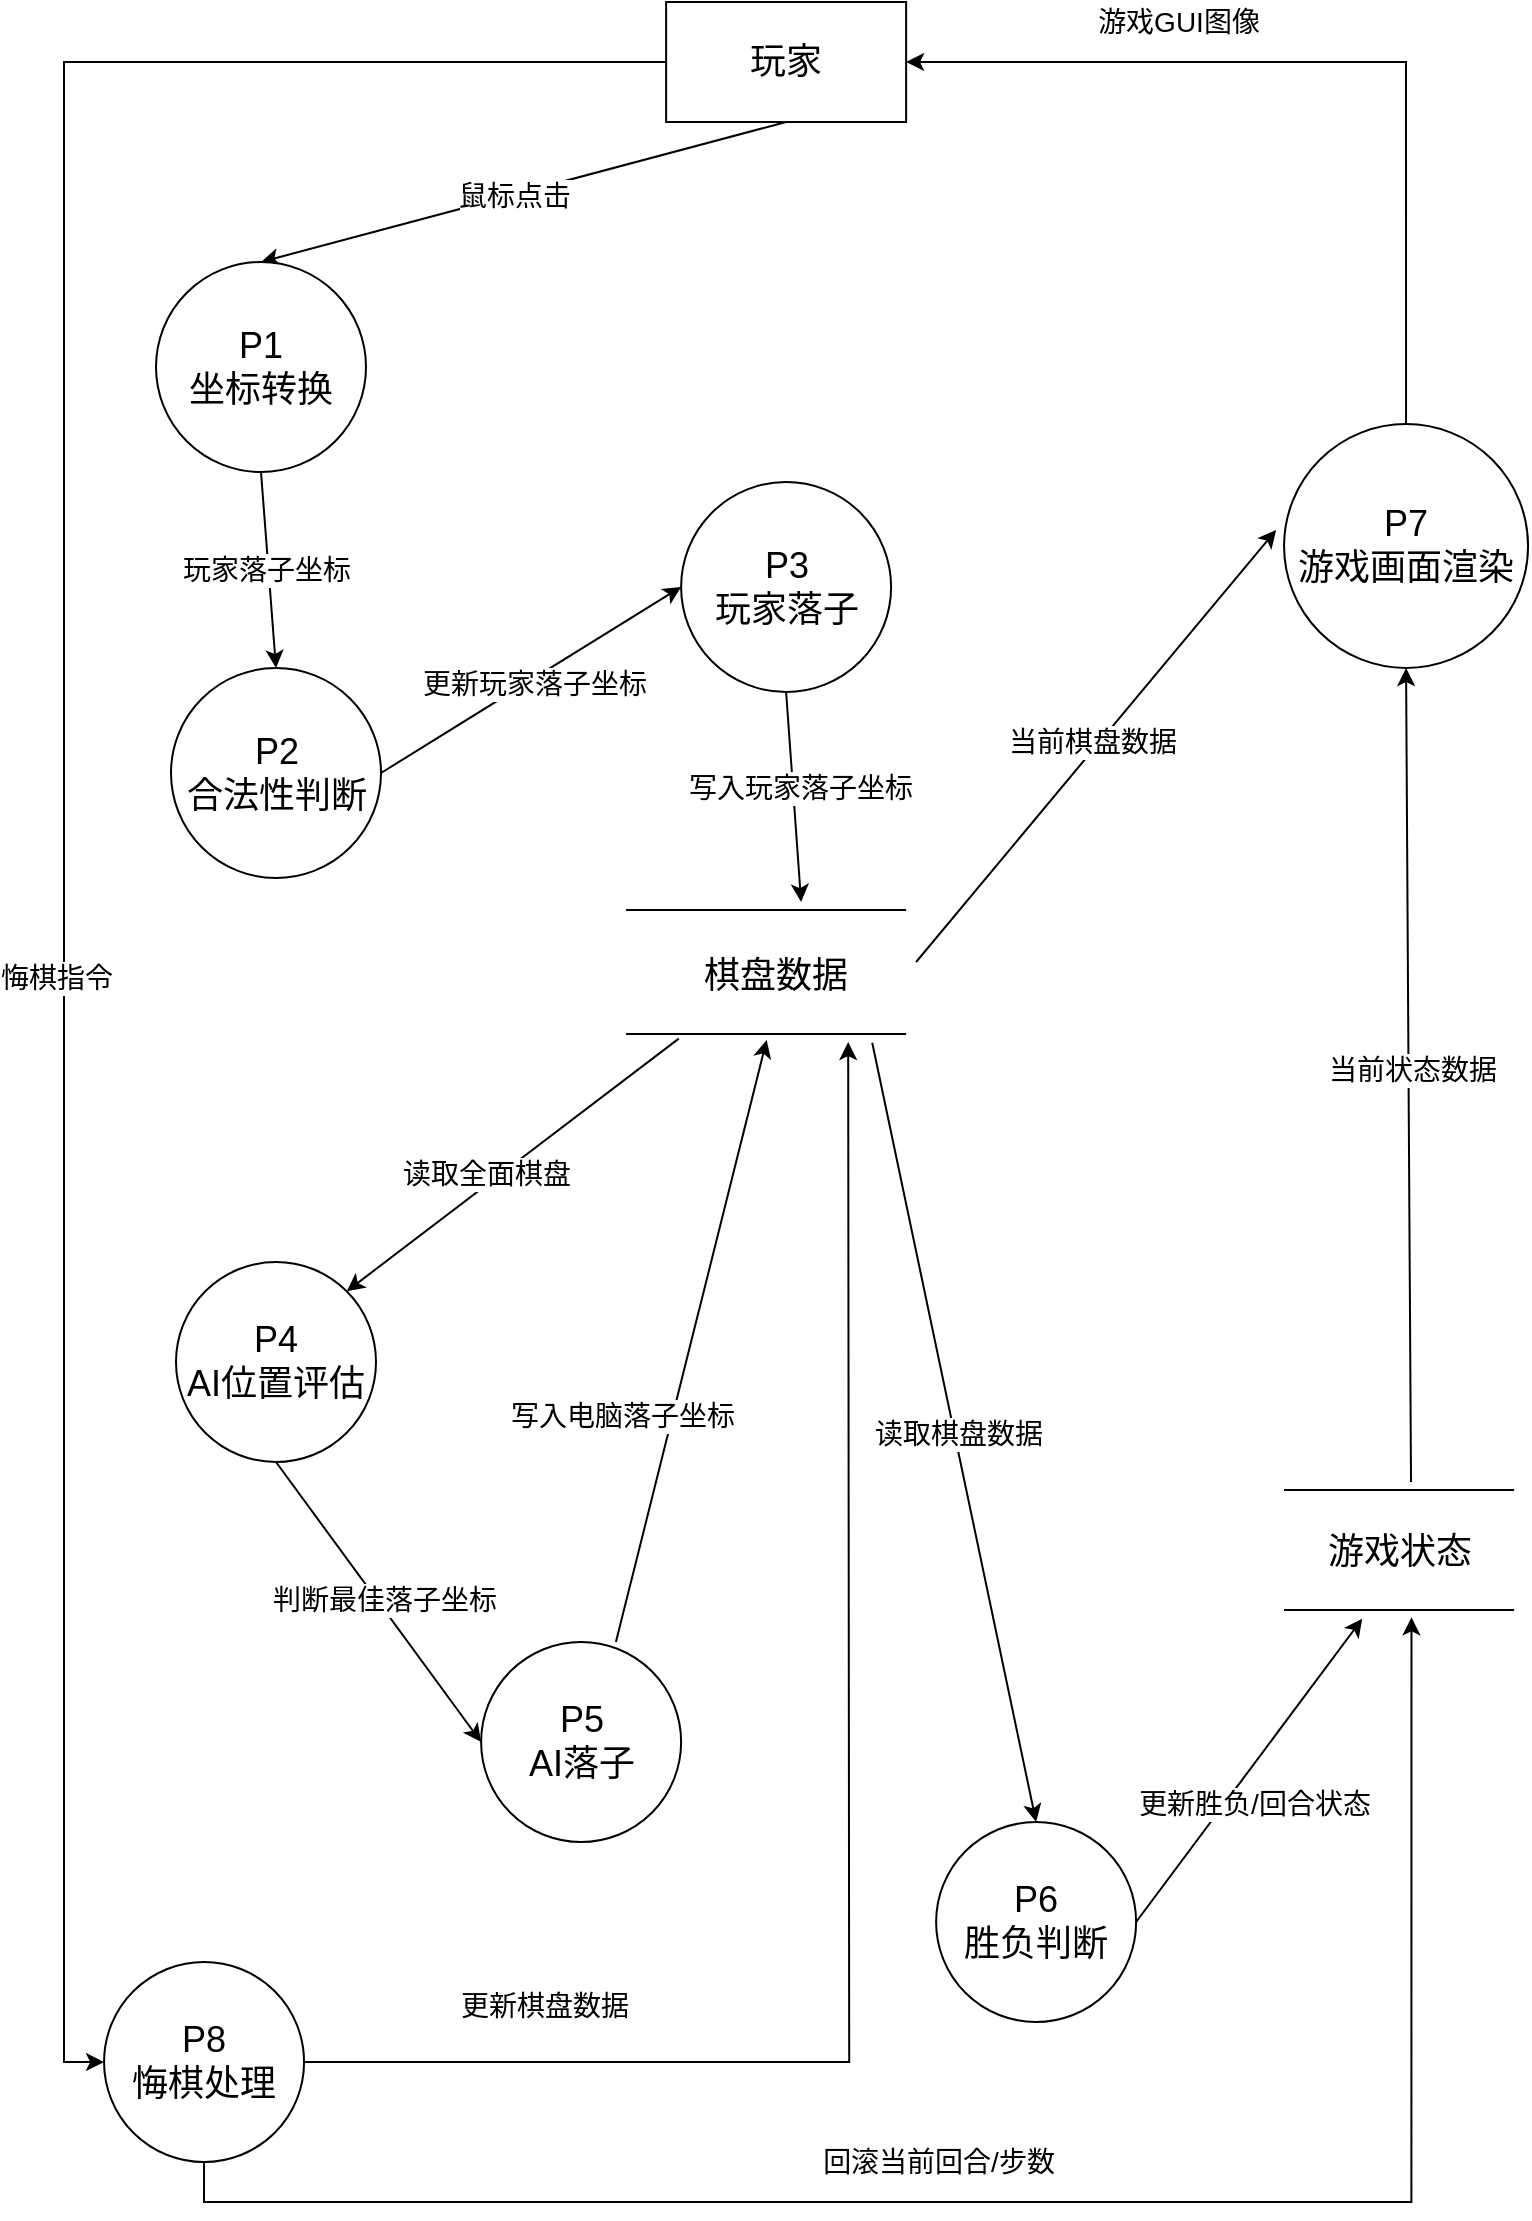
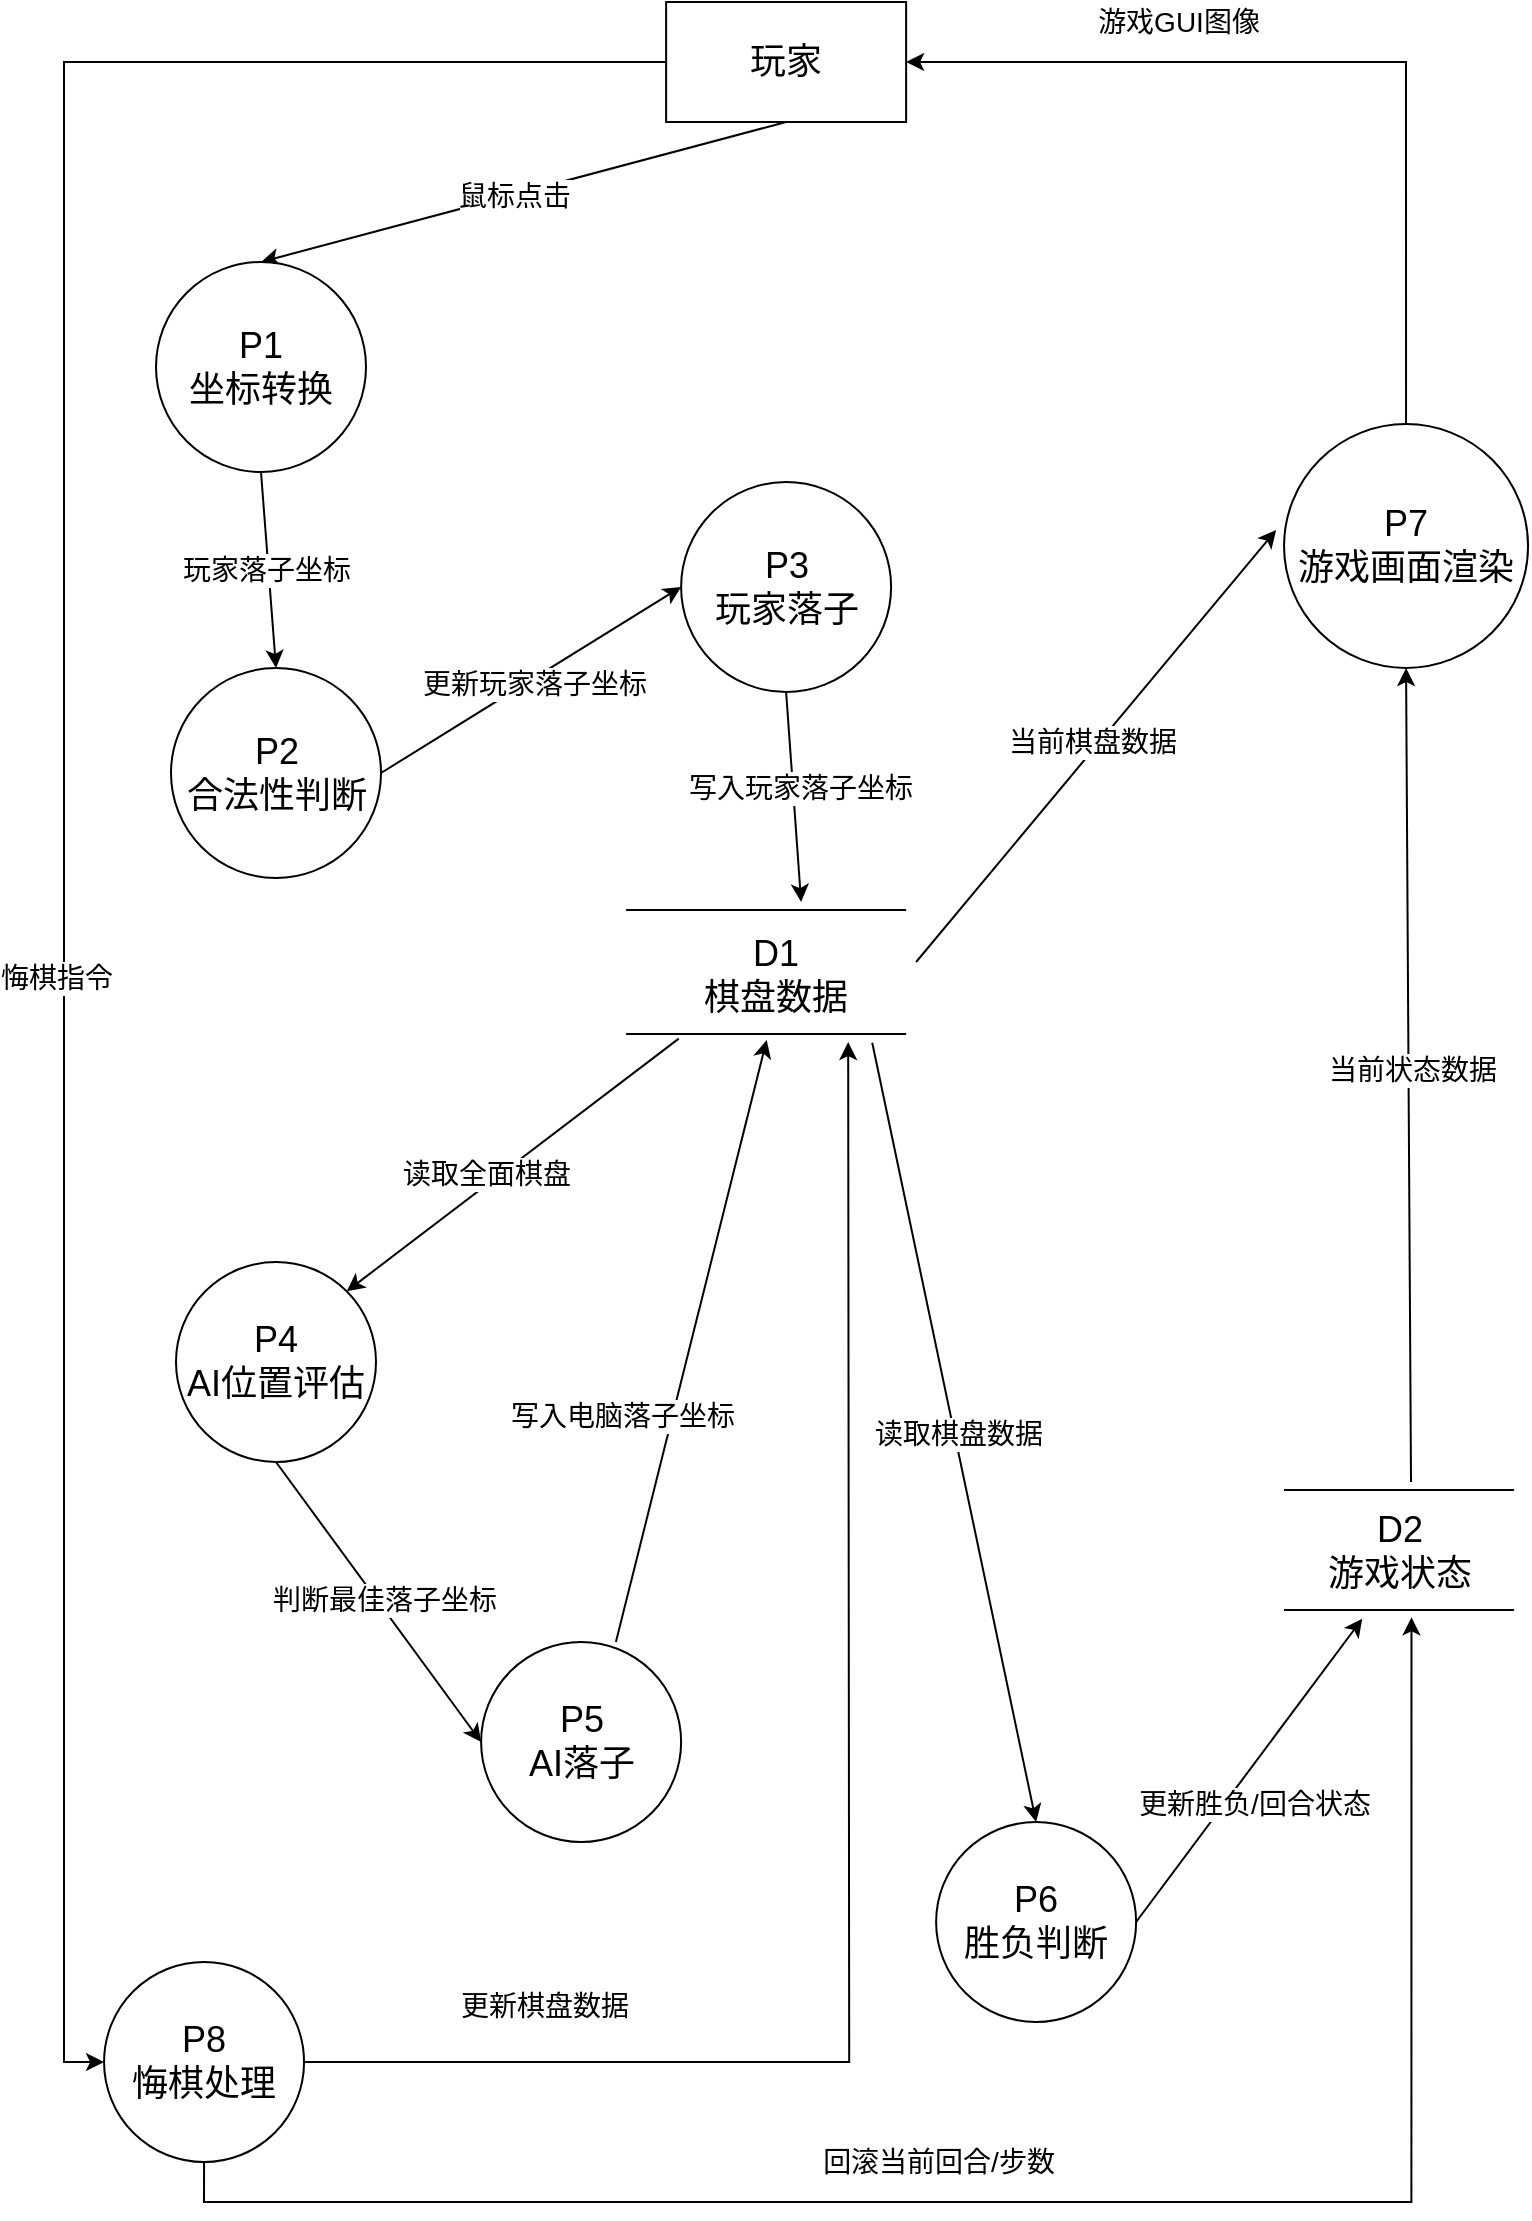
<mxfile host="app.diagrams.net">
  <diagram name="Page-1" id="hryGj0KzSXnJhMcqTr9-">
    <mxGraphModel dx="2054" dy="1198" grid="1" gridSize="10" guides="1" tooltips="1" connect="1" arrows="1" fold="1" page="1" pageScale="1" pageWidth="827" pageHeight="1169" math="0" shadow="0">
      <root>
        <mxCell id="0" />
        <mxCell id="1" parent="0" />
        <mxCell id="fDHwApNMCYBN-XmplwMt-11" edge="1" parent="1" source="fDHwApNMCYBN-XmplwMt-3" style="rounded=0;orthogonalLoop=1;jettySize=auto;html=1;exitX=0.5;exitY=1;exitDx=0;exitDy=0;entryX=0.5;entryY=0;entryDx=0;entryDy=0;" target="SoA14i47H3jGXmkj97EN-22">
          <mxGeometry relative="1" as="geometry">
            <mxPoint x="94.03" y="280" as="targetPoint" />
          </mxGeometry>
        </mxCell>
        <mxCell id="fDHwApNMCYBN-XmplwMt-12" connectable="0" parent="fDHwApNMCYBN-XmplwMt-11" style="edgeLabel;html=1;align=center;verticalAlign=middle;resizable=0;points=[];" value="&lt;font style=&quot;font-size: 14px;&quot;&gt;鼠标点击&lt;/font&gt;" vertex="1">
          <mxGeometry relative="1" x="0.0364" as="geometry">
            <mxPoint as="offset" />
          </mxGeometry>
        </mxCell>
        <mxCell id="SoA14i47H3jGXmkj97EN-53" edge="1" parent="1" source="fDHwApNMCYBN-XmplwMt-3" style="edgeStyle=orthogonalEdgeStyle;rounded=0;orthogonalLoop=1;jettySize=auto;html=1;exitX=0;exitY=0.5;exitDx=0;exitDy=0;entryX=0;entryY=0.5;entryDx=0;entryDy=0;" target="SoA14i47H3jGXmkj97EN-41">
          <mxGeometry relative="1" as="geometry" />
        </mxCell>
        <mxCell id="SoA14i47H3jGXmkj97EN-54" connectable="0" parent="SoA14i47H3jGXmkj97EN-53" style="edgeLabel;html=1;align=center;verticalAlign=middle;resizable=0;points=[];" value="&lt;font style=&quot;font-size: 14px;&quot;&gt;悔棋指令&lt;/font&gt;" vertex="1">
          <mxGeometry relative="1" x="-0.1018" y="-4" as="geometry">
            <mxPoint y="165" as="offset" />
          </mxGeometry>
        </mxCell>
        <mxCell id="fDHwApNMCYBN-XmplwMt-3" parent="1" style="rounded=0;whiteSpace=wrap;html=1;" value="&lt;font style=&quot;font-size: 18px;&quot;&gt;玩家&lt;/font&gt;" vertex="1">
          <mxGeometry height="60" width="120" x="355.05999999999995" y="30" as="geometry" />
        </mxCell>
        <mxCell id="SoA14i47H3jGXmkj97EN-37" edge="1" parent="1" source="SoA14i47H3jGXmkj97EN-64" style="edgeStyle=orthogonalEdgeStyle;rounded=0;orthogonalLoop=1;jettySize=auto;html=1;exitX=0.5;exitY=0;exitDx=0;exitDy=0;entryX=1;entryY=0.5;entryDx=0;entryDy=0;" target="fDHwApNMCYBN-XmplwMt-3">
          <mxGeometry relative="1" as="geometry">
            <mxPoint x="724.0300000000001" y="278" as="sourcePoint" />
            <mxPoint x="724.0300000000002" y="170" as="targetPoint" />
          </mxGeometry>
        </mxCell>
        <mxCell id="SoA14i47H3jGXmkj97EN-38" connectable="0" parent="SoA14i47H3jGXmkj97EN-37" style="edgeLabel;html=1;align=center;verticalAlign=middle;resizable=0;points=[];" value="&lt;font style=&quot;font-size: 14px;&quot;&gt;游戏GUI图像&lt;/font&gt;" vertex="1">
          <mxGeometry relative="1" x="0.0741" as="geometry">
            <mxPoint x="-64" y="-20" as="offset" />
          </mxGeometry>
        </mxCell>
        <mxCell id="SoA14i47H3jGXmkj97EN-14" edge="1" parent="1" source="SoA14i47H3jGXmkj97EN-28" style="endArrow=classic;html=1;rounded=0;exitX=0.188;exitY=0.792;exitDx=0;exitDy=0;exitPerimeter=0;entryX=1;entryY=0;entryDx=0;entryDy=0;" target="SoA14i47H3jGXmkj97EN-23" value="">
          <mxGeometry height="50" relative="1" width="50" as="geometry">
            <mxPoint x="368.4000000000001" y="338.00399999999996" as="sourcePoint" />
            <mxPoint x="178.56" y="450" as="targetPoint" />
          </mxGeometry>
        </mxCell>
        <mxCell id="SoA14i47H3jGXmkj97EN-15" connectable="0" parent="SoA14i47H3jGXmkj97EN-14" style="edgeLabel;html=1;align=center;verticalAlign=middle;resizable=0;points=[];" value="&lt;font style=&quot;font-size: 14px;&quot;&gt;读取全面棋盘&lt;/font&gt;" vertex="1">
          <mxGeometry relative="1" x="-0.1782" as="geometry">
            <mxPoint x="-29" y="16" as="offset" />
          </mxGeometry>
        </mxCell>
        <mxCell id="SoA14i47H3jGXmkj97EN-16" edge="1" parent="1" style="endArrow=classic;html=1;rounded=0;" value="">
          <mxGeometry height="50" relative="1" width="50" as="geometry">
            <mxPoint x="480.06" y="510" as="sourcePoint" />
            <mxPoint x="660.0600000000001" y="294" as="targetPoint" />
          </mxGeometry>
        </mxCell>
        <mxCell id="SoA14i47H3jGXmkj97EN-17" connectable="0" parent="SoA14i47H3jGXmkj97EN-16" style="edgeLabel;html=1;align=center;verticalAlign=middle;resizable=0;points=[];" value="&lt;span style=&quot;font-size: 14px;&quot;&gt;当前棋盘数据&lt;/span&gt;" vertex="1">
          <mxGeometry relative="1" x="0.0202" y="1" as="geometry">
            <mxPoint x="-3" y="1" as="offset" />
          </mxGeometry>
        </mxCell>
        <mxCell id="SoA14i47H3jGXmkj97EN-85" edge="1" parent="1" source="SoA14i47H3jGXmkj97EN-22" style="rounded=0;orthogonalLoop=1;jettySize=auto;html=1;exitX=0.5;exitY=1;exitDx=0;exitDy=0;entryX=0.5;entryY=0;entryDx=0;entryDy=0;" target="SoA14i47H3jGXmkj97EN-84">
          <mxGeometry relative="1" as="geometry" />
        </mxCell>
        <mxCell id="SoA14i47H3jGXmkj97EN-86" connectable="0" parent="SoA14i47H3jGXmkj97EN-85" style="edgeLabel;html=1;align=center;verticalAlign=middle;resizable=0;points=[];" value="&lt;font style=&quot;font-size: 14px;&quot;&gt;玩家落子坐标&lt;/font&gt;" vertex="1">
          <mxGeometry relative="1" x="0.004" y="-2" as="geometry">
            <mxPoint y="-1" as="offset" />
          </mxGeometry>
        </mxCell>
        <mxCell id="SoA14i47H3jGXmkj97EN-22" parent="1" style="ellipse;whiteSpace=wrap;html=1;aspect=fixed;" value="&lt;font style=&quot;font-size: 18px;&quot;&gt;P1&lt;/font&gt;&lt;div&gt;&lt;font style=&quot;font-size: 18px;&quot;&gt;坐标转换&lt;/font&gt;&lt;/div&gt;" vertex="1">
          <mxGeometry height="105" width="105" x="100" y="160" as="geometry" />
        </mxCell>
        <mxCell id="SoA14i47H3jGXmkj97EN-23" parent="1" style="ellipse;whiteSpace=wrap;html=1;aspect=fixed;" value="&lt;font style=&quot;font-size: 18px;&quot;&gt;P4&lt;/font&gt;&lt;div&gt;&lt;font style=&quot;font-size: 18px;&quot;&gt;AI位置评估&lt;/font&gt;&lt;/div&gt;" vertex="1">
          <mxGeometry height="100" width="100" x="110" y="660" as="geometry" />
        </mxCell>
        <mxCell id="SoA14i47H3jGXmkj97EN-24" parent="1" style="ellipse;whiteSpace=wrap;html=1;aspect=fixed;" value="&lt;font style=&quot;font-size: 18px;&quot;&gt;P5&lt;/font&gt;&lt;div&gt;&lt;font style=&quot;font-size: 18px;&quot;&gt;AI落子&lt;/font&gt;&lt;/div&gt;" vertex="1">
          <mxGeometry height="100" width="100" x="262.56" y="850" as="geometry" />
        </mxCell>
        <mxCell id="SoA14i47H3jGXmkj97EN-60" edge="1" parent="1" source="SoA14i47H3jGXmkj97EN-25" style="rounded=0;orthogonalLoop=1;jettySize=auto;html=1;exitX=1;exitY=0.5;exitDx=0;exitDy=0;entryX=0.34;entryY=1.051;entryDx=0;entryDy=0;entryPerimeter=0;" target="SoA14i47H3jGXmkj97EN-50">
          <mxGeometry relative="1" as="geometry">
            <mxPoint x="700.0600000000001" y="710" as="targetPoint" />
          </mxGeometry>
        </mxCell>
        <mxCell id="SoA14i47H3jGXmkj97EN-61" connectable="0" parent="SoA14i47H3jGXmkj97EN-60" style="edgeLabel;html=1;align=center;verticalAlign=middle;resizable=0;points=[];" value="&lt;font style=&quot;font-size: 14px;&quot;&gt;更新胜负/回合状态&lt;/font&gt;" vertex="1">
          <mxGeometry relative="1" x="-0.1486" y="-2" as="geometry">
            <mxPoint x="9" y="4" as="offset" />
          </mxGeometry>
        </mxCell>
        <mxCell id="SoA14i47H3jGXmkj97EN-25" parent="1" style="ellipse;whiteSpace=wrap;html=1;aspect=fixed;" value="&lt;font style=&quot;font-size: 18px;&quot;&gt;P6&lt;/font&gt;&lt;div&gt;&lt;font style=&quot;font-size: 18px;&quot;&gt;胜负判断&lt;/font&gt;&lt;/div&gt;" vertex="1">
          <mxGeometry height="100" width="100" x="490.06" y="940" as="geometry" />
        </mxCell>
        <mxCell id="SoA14i47H3jGXmkj97EN-27" parent="1" style="line;strokeWidth=1;fillColor=none;align=left;verticalAlign=middle;spacingTop=-1;spacingLeft=3;spacingRight=3;rotatable=0;labelPosition=right;points=[];portConstraint=eastwest;strokeColor=inherit;" value="" vertex="1">
          <mxGeometry height="8" width="140" x="335.06" y="480" as="geometry" />
        </mxCell>
        <mxCell id="SoA14i47H3jGXmkj97EN-28" parent="1" style="line;strokeWidth=1;fillColor=none;align=left;verticalAlign=middle;spacingTop=-1;spacingLeft=3;spacingRight=3;rotatable=0;labelPosition=right;points=[];portConstraint=eastwest;strokeColor=inherit;" value="" vertex="1">
          <mxGeometry height="8" width="140" x="335.06" y="542" as="geometry" />
        </mxCell>
-         <mxCell id="SoA14i47H3jGXmkj97EN-29" parent="1" style="text;html=1;whiteSpace=wrap;strokeColor=none;fillColor=none;align=center;verticalAlign=middle;rounded=0;" value="&lt;font style=&quot;font-size: 18px;&quot;&gt;棋盘数据&lt;/font&gt;" vertex="1">
+         <mxCell id="SoA14i47H3jGXmkj97EN-29" parent="1" style="text;html=1;whiteSpace=wrap;strokeColor=none;fillColor=none;align=center;verticalAlign=middle;rounded=0;" value="&lt;font style=&quot;font-size: 18px;&quot;&gt;D1&lt;/font&gt;&lt;div&gt;&lt;font style=&quot;font-size: 18px;&quot;&gt;棋盘数据&lt;/font&gt;&lt;/div&gt;" vertex="1">
          <mxGeometry height="30" width="110" x="355.06" y="502" as="geometry" />
        </mxCell>
        <mxCell id="SoA14i47H3jGXmkj97EN-31" edge="1" parent="1" source="SoA14i47H3jGXmkj97EN-23" style="endArrow=classic;html=1;rounded=0;entryX=0;entryY=0.5;entryDx=0;entryDy=0;exitX=0.5;exitY=1;exitDx=0;exitDy=0;" target="SoA14i47H3jGXmkj97EN-24" value="">
          <mxGeometry height="50" relative="1" width="50" as="geometry">
            <mxPoint x="451.96299999999997" y="390" as="sourcePoint" />
            <mxPoint x="189.63999999999993" y="640.336" as="targetPoint" />
          </mxGeometry>
        </mxCell>
        <mxCell id="SoA14i47H3jGXmkj97EN-71" connectable="0" parent="SoA14i47H3jGXmkj97EN-31" style="edgeLabel;html=1;align=center;verticalAlign=middle;resizable=0;points=[];" value="&lt;font style=&quot;font-size: 14px;&quot;&gt;判断最佳落子坐标&lt;/font&gt;" vertex="1">
          <mxGeometry relative="1" x="0.0182" y="2" as="geometry">
            <mxPoint y="-1" as="offset" />
          </mxGeometry>
        </mxCell>
        <mxCell id="SoA14i47H3jGXmkj97EN-35" edge="1" parent="1" source="SoA14i47H3jGXmkj97EN-24" style="rounded=0;orthogonalLoop=1;jettySize=auto;html=1;exitX=0.674;exitY=0;exitDx=0;exitDy=0;entryX=0.502;entryY=0.875;entryDx=0;entryDy=0;entryPerimeter=0;exitPerimeter=0;" target="SoA14i47H3jGXmkj97EN-28">
          <mxGeometry relative="1" as="geometry" />
        </mxCell>
        <mxCell id="SoA14i47H3jGXmkj97EN-36" connectable="0" parent="SoA14i47H3jGXmkj97EN-35" style="edgeLabel;html=1;align=center;verticalAlign=middle;resizable=0;points=[];" value="&lt;span style=&quot;font-size: 14px;&quot;&gt;写入电脑落子坐标&lt;/span&gt;" vertex="1">
          <mxGeometry relative="1" x="-0.0044" y="1" as="geometry">
            <mxPoint x="-34" y="37" as="offset" />
          </mxGeometry>
        </mxCell>
        <mxCell id="SoA14i47H3jGXmkj97EN-55" edge="1" parent="1" source="SoA14i47H3jGXmkj97EN-41" style="edgeStyle=orthogonalEdgeStyle;rounded=0;orthogonalLoop=1;jettySize=auto;html=1;exitX=1;exitY=0.5;exitDx=0;exitDy=0;entryX=0.75;entryY=1;entryDx=0;entryDy=0;entryPerimeter=0;">
          <mxGeometry relative="1" as="geometry">
            <mxPoint x="180.06000000000003" y="1060" as="sourcePoint" />
            <mxPoint x="446.09" y="550" as="targetPoint" />
          </mxGeometry>
        </mxCell>
        <mxCell id="SoA14i47H3jGXmkj97EN-57" connectable="0" parent="SoA14i47H3jGXmkj97EN-55" style="edgeLabel;html=1;align=center;verticalAlign=middle;resizable=0;points=[];" value="&lt;font style=&quot;font-size: 14px;&quot;&gt;更新棋盘数据&lt;/font&gt;" vertex="1">
          <mxGeometry relative="1" x="-0.6914" y="3" as="geometry">
            <mxPoint x="-1" y="-25" as="offset" />
          </mxGeometry>
        </mxCell>
        <mxCell id="SoA14i47H3jGXmkj97EN-41" parent="1" style="ellipse;whiteSpace=wrap;html=1;aspect=fixed;" value="&lt;font style=&quot;font-size: 18px;&quot;&gt;P8&lt;/font&gt;&lt;div&gt;&lt;font style=&quot;font-size: 18px;&quot;&gt;悔棋处理&lt;/font&gt;&lt;/div&gt;" vertex="1">
          <mxGeometry height="100" width="100" x="74.03" y="1010" as="geometry" />
        </mxCell>
        <mxCell id="SoA14i47H3jGXmkj97EN-49" parent="1" style="line;strokeWidth=1;fillColor=none;align=left;verticalAlign=middle;spacingTop=-1;spacingLeft=3;spacingRight=3;rotatable=0;labelPosition=right;points=[];portConstraint=eastwest;strokeColor=inherit;" value="" vertex="1">
          <mxGeometry height="8" width="115" x="664.0300000000001" y="770" as="geometry" />
        </mxCell>
        <mxCell id="SoA14i47H3jGXmkj97EN-50" parent="1" style="line;strokeWidth=1;fillColor=none;align=left;verticalAlign=middle;spacingTop=-1;spacingLeft=3;spacingRight=3;rotatable=0;labelPosition=right;points=[];portConstraint=eastwest;strokeColor=inherit;" value="" vertex="1">
          <mxGeometry height="8" width="115" x="664.0300000000001" y="830" as="geometry" />
        </mxCell>
-         <mxCell id="SoA14i47H3jGXmkj97EN-51" parent="1" style="text;html=1;whiteSpace=wrap;strokeColor=none;fillColor=none;align=center;verticalAlign=middle;rounded=0;" value="&lt;span style=&quot;font-size: 18px;&quot;&gt;游戏状态&lt;/span&gt;" vertex="1">
+         <mxCell id="SoA14i47H3jGXmkj97EN-51" parent="1" style="text;html=1;whiteSpace=wrap;strokeColor=none;fillColor=none;align=center;verticalAlign=middle;rounded=0;" value="&lt;span style=&quot;font-size: 18px;&quot;&gt;D2&lt;/span&gt;&lt;div&gt;&lt;span style=&quot;font-size: 18px;&quot;&gt;游戏状态&lt;/span&gt;&lt;/div&gt;" vertex="1">
          <mxGeometry height="30" width="110" x="666.5300000000001" y="790" as="geometry" />
        </mxCell>
        <mxCell id="SoA14i47H3jGXmkj97EN-65" edge="1" parent="1" source="SoA14i47H3jGXmkj97EN-28" style="endArrow=classic;html=1;rounded=0;exitX=0.879;exitY=1.042;exitDx=0;exitDy=0;exitPerimeter=0;entryX=0.5;entryY=0;entryDx=0;entryDy=0;" target="SoA14i47H3jGXmkj97EN-25" value="">
          <mxGeometry height="50" relative="1" width="50" as="geometry">
            <mxPoint x="610.0600000000001" y="570" as="sourcePoint" />
            <mxPoint x="540" y="930" as="targetPoint" />
          </mxGeometry>
        </mxCell>
        <mxCell id="SoA14i47H3jGXmkj97EN-81" connectable="0" parent="SoA14i47H3jGXmkj97EN-65" style="edgeLabel;html=1;align=center;verticalAlign=middle;resizable=0;points=[];" value="&lt;span style=&quot;font-size: 14px;&quot;&gt;读取棋盘数据&lt;/span&gt;" vertex="1">
          <mxGeometry relative="1" x="0.0041" y="2" as="geometry">
            <mxPoint as="offset" />
          </mxGeometry>
        </mxCell>
        <mxCell id="SoA14i47H3jGXmkj97EN-66" edge="1" parent="1" source="SoA14i47H3jGXmkj97EN-41" style="edgeStyle=orthogonalEdgeStyle;rounded=0;orthogonalLoop=1;jettySize=auto;html=1;exitX=0.5;exitY=1;exitDx=0;exitDy=0;entryX=0.554;entryY=0.958;entryDx=0;entryDy=0;entryPerimeter=0;" target="SoA14i47H3jGXmkj97EN-50">
          <mxGeometry relative="1" as="geometry" />
        </mxCell>
        <mxCell id="SoA14i47H3jGXmkj97EN-68" connectable="0" parent="SoA14i47H3jGXmkj97EN-66" style="edgeLabel;html=1;align=center;verticalAlign=middle;resizable=0;points=[];" value="&lt;font style=&quot;font-size: 14px;&quot;&gt;回滚当前回合/步数&lt;/font&gt;" vertex="1">
          <mxGeometry relative="1" x="-0.156" y="-3" as="geometry">
            <mxPoint y="-23" as="offset" />
          </mxGeometry>
        </mxCell>
        <mxCell id="SoA14i47H3jGXmkj97EN-67" edge="1" parent="1" source="SoA14i47H3jGXmkj97EN-49" style="endArrow=classic;html=1;rounded=0;exitX=0.552;exitY=0;exitDx=0;exitDy=0;exitPerimeter=0;entryX=0.5;entryY=1;entryDx=0;entryDy=0;" target="SoA14i47H3jGXmkj97EN-64" value="">
          <mxGeometry height="50" relative="1" width="50" as="geometry">
            <mxPoint x="663.0300000000001" y="530" as="sourcePoint" />
            <mxPoint x="713.0300000000001" y="480" as="targetPoint" />
          </mxGeometry>
        </mxCell>
        <mxCell id="SoA14i47H3jGXmkj97EN-83" connectable="0" parent="SoA14i47H3jGXmkj97EN-67" style="edgeLabel;html=1;align=center;verticalAlign=middle;resizable=0;points=[];" value="&lt;font style=&quot;font-size: 14px;&quot;&gt;当前状态数据&lt;/font&gt;" vertex="1">
          <mxGeometry relative="1" x="0.0127" y="-1" as="geometry">
            <mxPoint as="offset" />
          </mxGeometry>
        </mxCell>
        <mxCell id="SoA14i47H3jGXmkj97EN-64" parent="1" style="ellipse;whiteSpace=wrap;html=1;aspect=fixed;" value="&lt;font style=&quot;font-size: 18px;&quot;&gt;P7&lt;/font&gt;&lt;div&gt;&lt;font style=&quot;font-size: 18px;&quot;&gt;游戏画面渲染&lt;/font&gt;&lt;/div&gt;" vertex="1">
          <mxGeometry height="122" width="122" x="664.0300000000001" y="241" as="geometry" />
        </mxCell>
        <mxCell id="SoA14i47H3jGXmkj97EN-74" parent="1" style="ellipse;whiteSpace=wrap;html=1;aspect=fixed;" value="&lt;font style=&quot;font-size: 18px;&quot;&gt;P3&lt;/font&gt;&lt;div&gt;&lt;font style=&quot;font-size: 18px;&quot;&gt;玩家落子&lt;/font&gt;&lt;/div&gt;" vertex="1">
          <mxGeometry height="105" width="105" x="362.56" y="270" as="geometry" />
        </mxCell>
        <mxCell id="SoA14i47H3jGXmkj97EN-78" edge="1" parent="1" source="SoA14i47H3jGXmkj97EN-74" style="rounded=0;orthogonalLoop=1;jettySize=auto;html=1;exitX=0.5;exitY=1;exitDx=0;exitDy=0;entryX=0.625;entryY=0;entryDx=0;entryDy=0;entryPerimeter=0;" target="SoA14i47H3jGXmkj97EN-27">
          <mxGeometry relative="1" as="geometry">
            <mxPoint x="430.06" y="360" as="targetPoint" />
          </mxGeometry>
        </mxCell>
        <mxCell id="SoA14i47H3jGXmkj97EN-80" connectable="0" parent="SoA14i47H3jGXmkj97EN-78" style="edgeLabel;html=1;align=center;verticalAlign=middle;resizable=0;points=[];" value="&lt;font style=&quot;font-size: 14px;&quot;&gt;写入玩家落子坐标&lt;/font&gt;" vertex="1">
          <mxGeometry relative="1" x="-0.0903" y="3" as="geometry">
            <mxPoint as="offset" />
          </mxGeometry>
        </mxCell>
        <mxCell id="SoA14i47H3jGXmkj97EN-87" edge="1" parent="1" source="SoA14i47H3jGXmkj97EN-84" style="rounded=0;orthogonalLoop=1;jettySize=auto;html=1;exitX=1;exitY=0.5;exitDx=0;exitDy=0;entryX=0;entryY=0.5;entryDx=0;entryDy=0;" target="SoA14i47H3jGXmkj97EN-74">
          <mxGeometry relative="1" as="geometry" />
        </mxCell>
        <mxCell id="SoA14i47H3jGXmkj97EN-88" connectable="0" parent="SoA14i47H3jGXmkj97EN-87" style="edgeLabel;html=1;align=center;verticalAlign=middle;resizable=0;points=[];" value="&lt;font style=&quot;font-size: 14px;&quot;&gt;更新玩家落子坐标&lt;/font&gt;" vertex="1">
          <mxGeometry relative="1" x="0.0028" y="-2" as="geometry">
            <mxPoint as="offset" />
          </mxGeometry>
        </mxCell>
        <mxCell id="SoA14i47H3jGXmkj97EN-84" parent="1" style="ellipse;whiteSpace=wrap;html=1;aspect=fixed;" value="&lt;span style=&quot;font-size: 18px;&quot;&gt;P2&lt;/span&gt;&lt;div&gt;&lt;span style=&quot;font-size: 18px;&quot;&gt;合法性判断&lt;/span&gt;&lt;/div&gt;" vertex="1">
          <mxGeometry height="105" width="105" x="107.5" y="363" as="geometry" />
        </mxCell>
      </root>
    </mxGraphModel>
  </diagram>
</mxfile>
